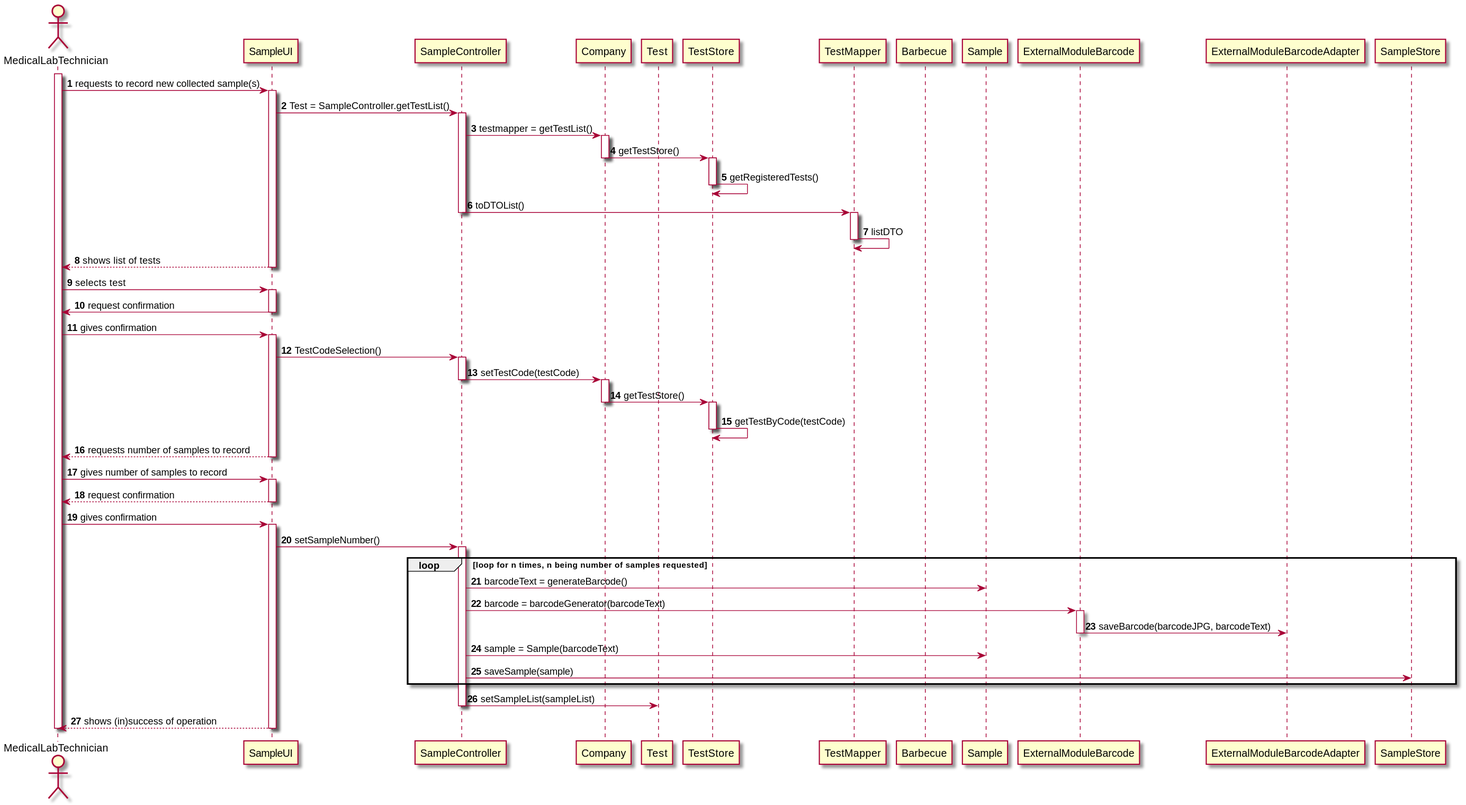
This is docs/SprintC/US5/US5_SD.svg from MadDinosaur/ISEP-LAPR2, a PlantUML export, as it was before one commit.
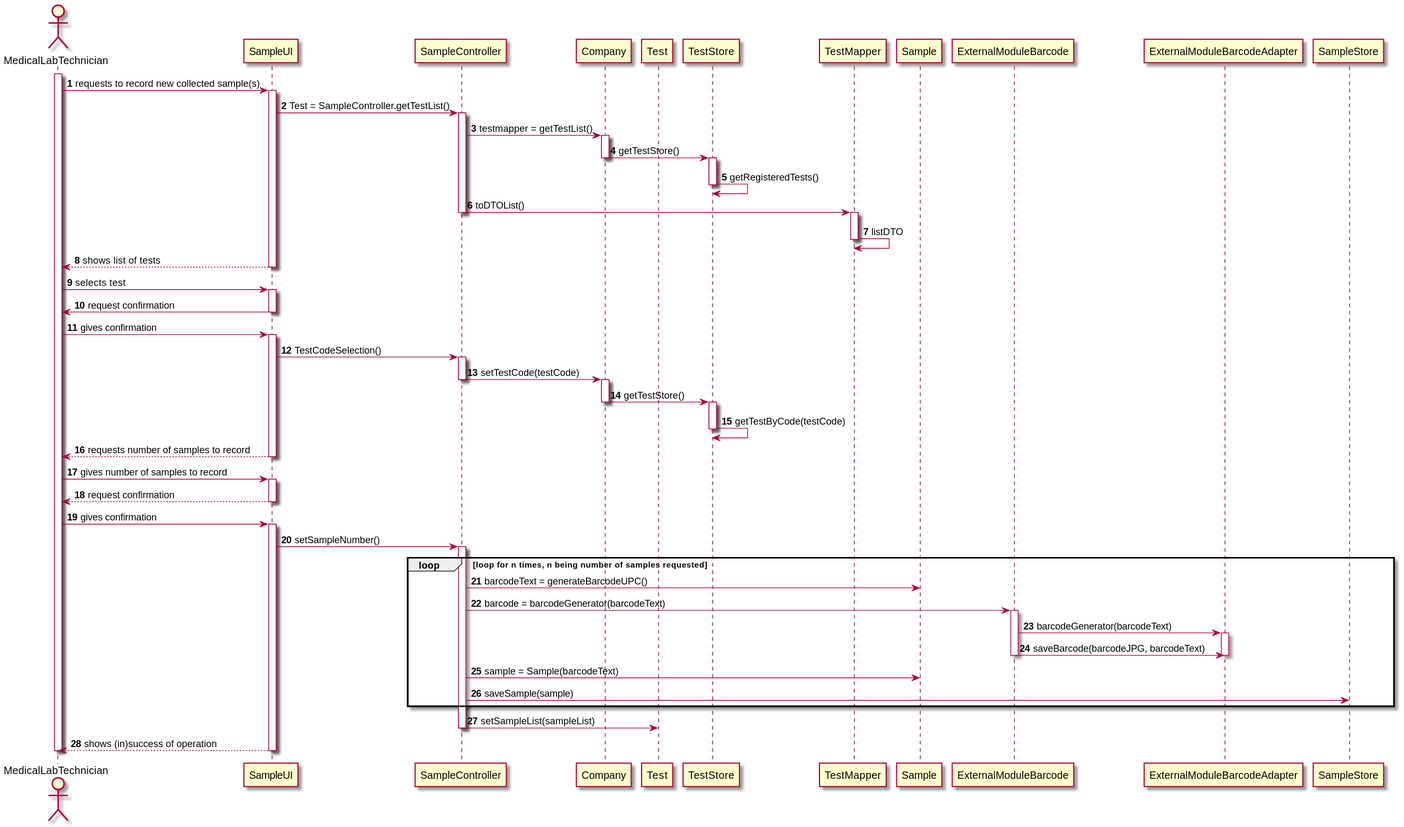
The same diagram one commit later.

Diff of the diagram source:
```diff
@@ -9,7 +9,6 @@
 participant Test
 participant TestStore
 participant TestMapper
-participant Barbecue as API
 participant Sample
 participant ExternalModuleBarcode as emb
 participant ExternalModuleBarcodeAdapter as emba
@@ -62,10 +61,13 @@
 UI -> Controller: setSampleNumber()
 activate Controller
 loop loop for n times, n being number of samples requested
-Controller -> Sample: barcodeText = generateBarcode()
+Controller -> Sample: barcodeText = generateBarcodeUPC()
 Controller -> emb: barcode = barcodeGenerator(barcodeText)
 activate emb
+emb -> emba: barcodeGenerator(barcodeText)
+activate emba
 emb -> emba: saveBarcode(barcodeJPG, barcodeText)
+deactivate emba
 deactivate emb
 Controller -> Sample: sample = Sample(barcodeText)
 Controller -> SampleStore: saveSample(sample)
```
